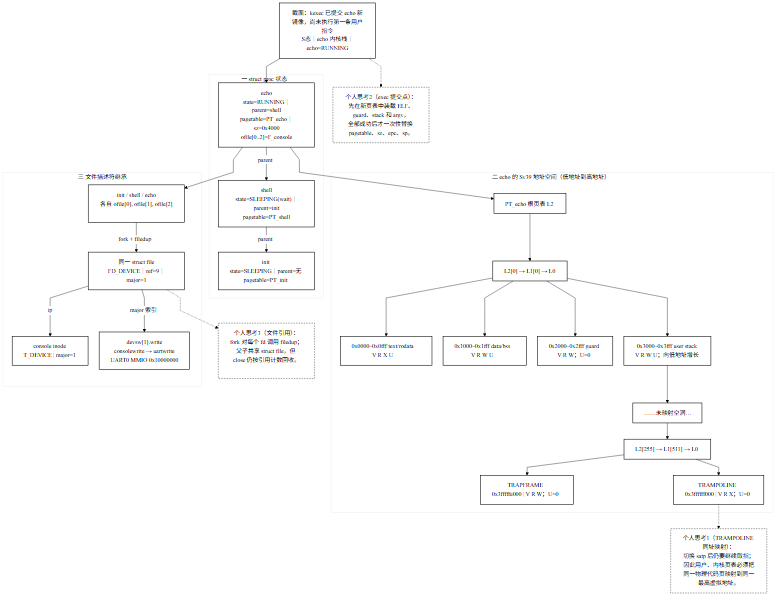
hoyuand/2024302111427 keeps this Mermaid diagram as doc/lab0/images/02-exec-state-snapshot.png. Above is the earlier version. Its source is kept beside it as doc/lab0/images/02-exec-state-snapshot.mmd.
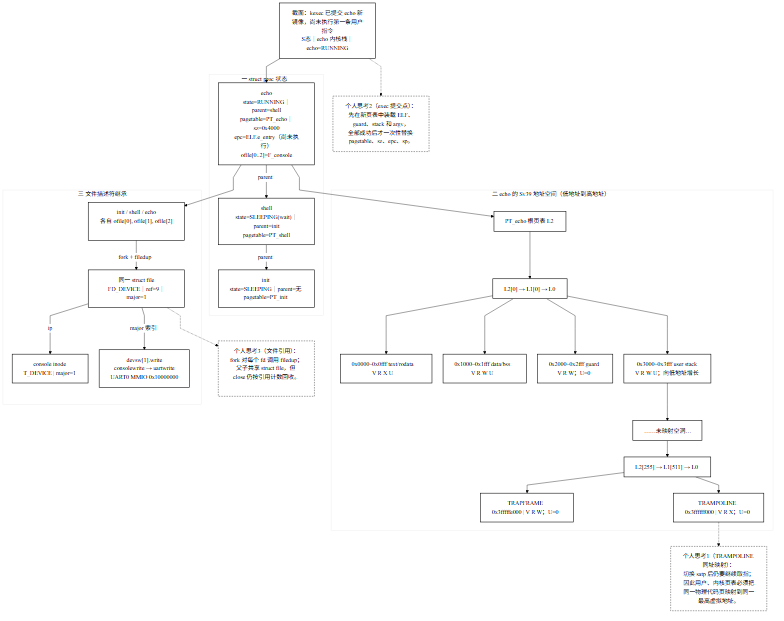
After the commit.

What changed in the source:
```diff
@@ -7,7 +7,7 @@
     direction LR
     init["init<br/>state=SLEEPING｜parent=无<br/>pagetable=PT_init"]:::plain
     shell["shell<br/>state=SLEEPING(wait)｜parent=init<br/>pagetable=PT_shell"]:::plain
-    echo["echo<br/>state=RUNNING｜parent=shell<br/>pagetable=PT_echo｜sz=0x4000<br/>ofile[0..2]=F_console"]:::plain
+    echo["echo<br/>state=RUNNING｜parent=shell<br/>pagetable=PT_echo｜sz=0x4000<br/>epc=ELF.e_entry（尚未执行）<br/>ofile[0..2]=F_console"]:::plain
     echo -->|parent| shell -->|parent| init
   end
   subgraph SV39["二 echo 的 Sv39 地址空间（低地址到高地址）"]
```
